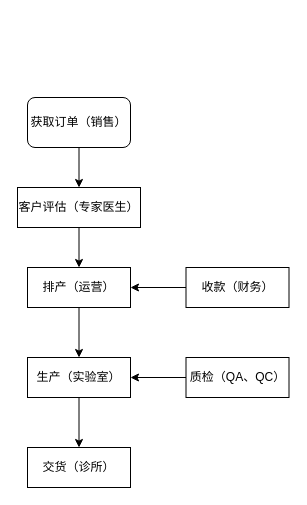
Earlier version of the draw.io diagram page "简化流程" (2 of 4) of 跨部门流程图250210.drawio (nyuehe/drawio-storage). Source tidied: cells renumbered, new cells numbered last; positions are measured from the earlier drawing's top-left corner, leaving out a move shared by most shapes. Both pictures are drawn from the tidied source at 100%, with x=0, y=0 at pixel (17, 97).
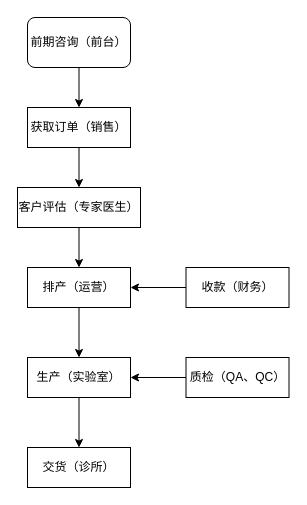
The same diagram, later.

Change to the diagram source:
```diff
@@
 <mxGraphModel>
   <root>
     <mxCell id="0" />
     <mxCell id="1" parent="0" />
-    <mxCell id="2" style="edgeStyle=orthogonalEdgeStyle;rounded=0;jettySize=auto;html=1;exitX=0.5;exitY=1;exitDx=0;exitDy=0;entryX=0.5;entryY=0;entryDx=0;entryDy=0;" parent="1" edge="1" source="3" target="14">
-      <mxGeometry relative="1" as="geometry" />
-    </mxCell>
+    <mxCell id="15" style="edgeStyle=orthogonalEdgeStyle;rounded=0;jettySize=auto;html=1;exitX=0.5;exitY=1;exitDx=0;exitDy=0;" parent="1" edge="1" source="3" target="17">
+      <mxGeometry relative="1" as="geometry" />
+    </mxCell>
-    <mxCell id="3" value="&lt;div&gt;获取订单（销售）&lt;/div&gt;" style="rounded=1;whiteSpace=wrap;html=1;" parent="1" vertex="1">
-      <mxGeometry x="10" width="103" height="50" as="geometry" />
+    <mxCell id="3" value="前期咨询（前台）" style="rounded=1;whiteSpace=wrap;html=1;" parent="1" vertex="1">
+      <mxGeometry x="10" y="-80" width="103" height="50" as="geometry" />
     </mxCell>
     <mxCell id="4" style="edgeStyle=orthogonalEdgeStyle;rounded=0;jettySize=auto;html=1;exitX=0.5;exitY=1;exitDx=0;exitDy=0;" parent="1" edge="1" source="5" target="7">
       <mxGeometry relative="1" as="geometry" />
     </mxCell>
     <mxCell id="5" value="&lt;div&gt;排产（运营）&lt;/div&gt;" style="rounded=0;whiteSpace=wrap;html=1;" parent="1" vertex="1">
       <mxGeometry x="10" y="170" width="103" height="40" as="geometry" />
     </mxCell>
     <mxCell id="6" style="edgeStyle=orthogonalEdgeStyle;rounded=0;jettySize=auto;html=1;exitX=0.5;exitY=1;exitDx=0;exitDy=0;entryX=0.5;entryY=0;entryDx=0;entryDy=0;" parent="1" edge="1" source="7" target="10">
       <mxGeometry relative="1" as="geometry" />
     </mxCell>
     <mxCell id="7" value="生产（实验室）" style="rounded=0;whiteSpace=wrap;html=1;" parent="1" vertex="1">
       <mxGeometry x="10" y="260" width="103" height="40" as="geometry" />
     </mxCell>
     <mxCell id="8" style="edgeStyle=orthogonalEdgeStyle;rounded=0;jettySize=auto;html=1;exitX=0;exitY=0.5;exitDx=0;exitDy=0;entryX=1;entryY=0.5;entryDx=0;entryDy=0;" parent="1" edge="1" source="9" target="7">
       <mxGeometry relative="1" as="geometry" />
     </mxCell>
     <mxCell id="9" value="质检（QA、QC）" style="rounded=0;whiteSpace=wrap;html=1;" parent="1" vertex="1">
       <mxGeometry x="168.5" y="260" width="103" height="40" as="geometry" />
     </mxCell>
     <mxCell id="10" value="交货（诊所）" style="rounded=0;whiteSpace=wrap;html=1;" parent="1" vertex="1">
       <mxGeometry x="10" y="350" width="103" height="40" as="geometry" />
     </mxCell>
     <mxCell id="11" style="edgeStyle=orthogonalEdgeStyle;rounded=0;jettySize=auto;html=1;exitX=0;exitY=0.5;exitDx=0;exitDy=0;entryX=1;entryY=0.5;entryDx=0;entryDy=0;" parent="1" edge="1" source="12" target="5">
       <mxGeometry relative="1" as="geometry" />
     </mxCell>
     <mxCell id="12" value="收款（财务）" style="rounded=0;whiteSpace=wrap;html=1;" parent="1" vertex="1">
       <mxGeometry x="168.5" y="170" width="103" height="40" as="geometry" />
     </mxCell>
     <mxCell id="13" style="edgeStyle=orthogonalEdgeStyle;rounded=0;jettySize=auto;html=1;exitX=0.5;exitY=1;exitDx=0;exitDy=0;entryX=0.5;entryY=0;entryDx=0;entryDy=0;" parent="1" edge="1" source="14" target="5">
       <mxGeometry relative="1" as="geometry" />
     </mxCell>
     <mxCell id="14" value="客户评估（专家医生）" style="rounded=0;whiteSpace=wrap;html=1;" parent="1" vertex="1">
       <mxGeometry y="90" width="123" height="40" as="geometry" />
     </mxCell>
+    <mxCell id="16" style="edgeStyle=orthogonalEdgeStyle;rounded=0;jettySize=auto;html=1;exitX=0.5;exitY=1;exitDx=0;exitDy=0;entryX=0.5;entryY=0;entryDx=0;entryDy=0;" parent="1" edge="1" source="17" target="14">
+      <mxGeometry relative="1" as="geometry" />
+    </mxCell>
+    <mxCell id="17" value="&lt;div&gt;获取订单（销售）&lt;/div&gt;" style="rounded=0;whiteSpace=wrap;html=1;" parent="1" vertex="1">
+      <mxGeometry x="10" y="10" width="103" height="40" as="geometry" />
+    </mxCell>
   </root>
 </mxGraphModel>
```
